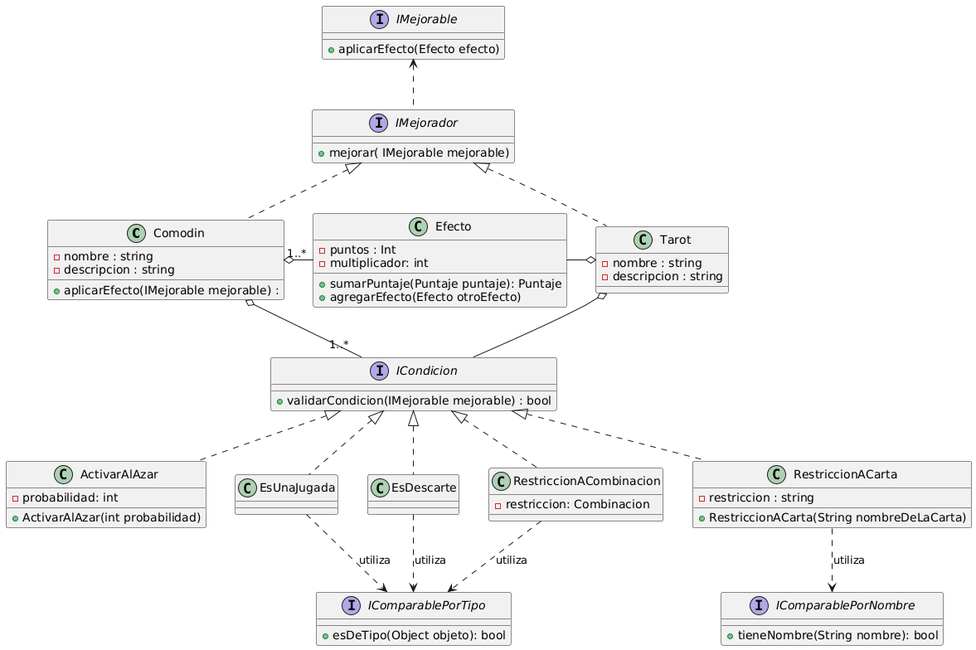
Before: diagrams/classes/DC-IMejoradores.png, a diagram exported from PlantUML (Sotelo27/TP2-Balatro-Grupo-08). Source of this version:
```plantuml
@startuml
class Comodin implements IMejorador{
    - nombre : string
    - descripcion : string
}

Class Tarot implements IMejorador{
    - nombre : string
    - descripcion : string
}

interface IMejorador {
  + mejorar( IMejorable mejorable)
}
class Comodin {
    + aplicarEfecto(IMejorable mejorable) :
}
class Efecto{
    - puntos : Int
    - multiplicador: int
    + sumarPuntaje(Puntaje puntaje): Puntaje
    + agregarEfecto(Efecto otroEfecto)
}

Comodin o-- "1..*" ICondicion
Comodin o- "1..*" Efecto


IMejorable <.. IMejorador
Tarot o-- ICondicion


class ActivarAlAzar implements ICondicion{
    - probabilidad: int
    + ActivarAlAzar(int probabilidad)
}
class EsDescarte implements ICondicion{

}
class EsUnaJugada implements ICondicion{
}

interface ICondicion {
    + validarCondicion(IMejorable mejorable) : bool
}


Efecto -o Tarot

class RestriccionACarta implements ICondicion{
    + RestriccionACarta(String nombreDeLaCarta)
    - restriccion : string
}
class RestriccionACombinacion implements ICondicion{
    - restriccion: Combinacion
}
interface IMejorable{
  + aplicarEfecto(Efecto efecto)
}
interface IComparablePorTipo {
  + esDeTipo(Object objeto): bool
}
interface IComparablePorNombre {
  + tieneNombre(String nombre): bool
}
EsDescarte ..> IComparablePorTipo :utiliza
EsUnaJugada ..> IComparablePorTipo  :utiliza

RestriccionACombinacion ..> IComparablePorTipo  :utiliza
RestriccionACarta ..> IComparablePorNombre :utiliza
@enduml
```
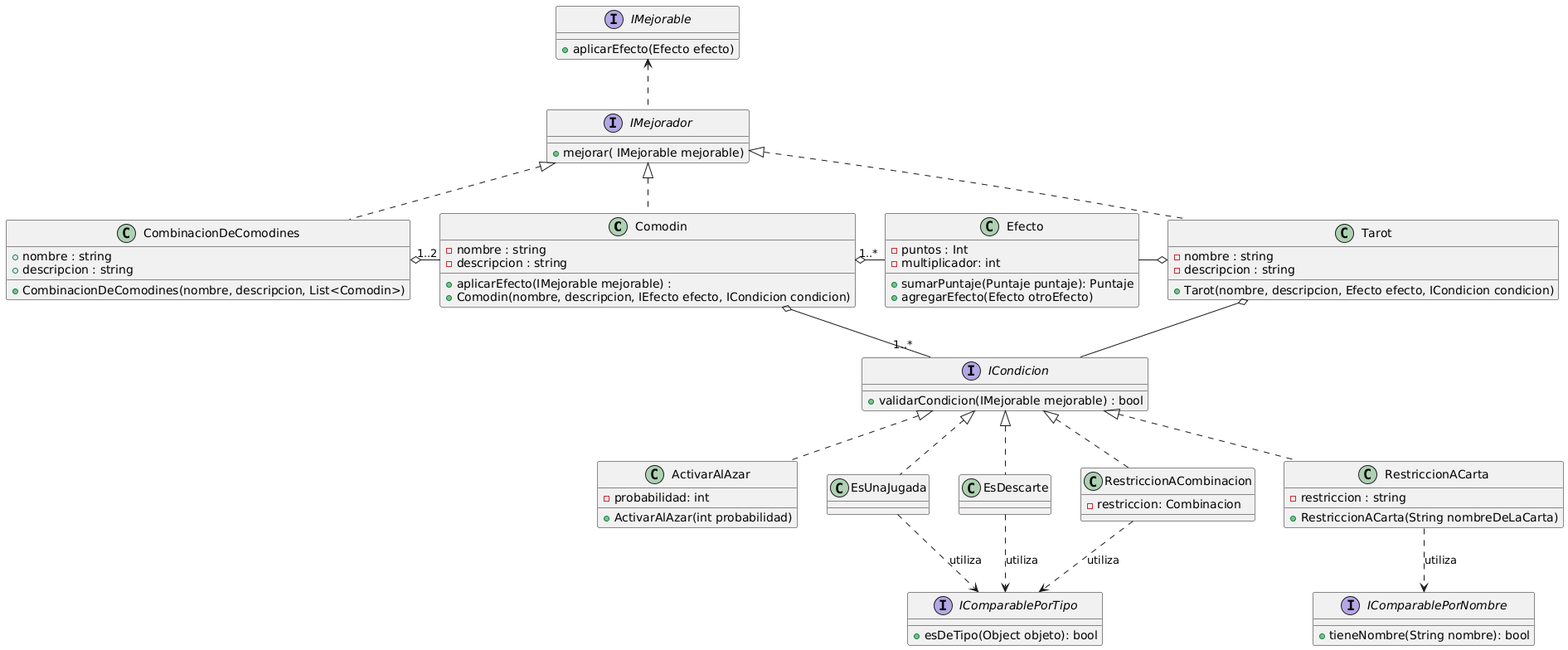
The same file after the commit.

Commit message:
aniadido combinaciondecomodines

What changed in the source:
```diff
@@ -7,6 +7,7 @@
 Class Tarot implements IMejorador{
     - nombre : string
     - descripcion : string
+    + Tarot(nombre, descripcion, Efecto efecto, ICondicion condicion)
 }
 
 interface IMejorador {
@@ -14,6 +15,7 @@
 }
 class Comodin {
     + aplicarEfecto(IMejorable mejorable) :
+    + Comodin(nombre, descripcion, IEfecto efecto, ICondicion condicion)
 }
 class Efecto{
     - puntos : Int
@@ -44,7 +46,12 @@
     + validarCondicion(IMejorable mejorable) : bool
 }
 
-
+class CombinacionDeComodines  implements IMejorador{
+  + nombre : string
+  + descripcion : string
+  + CombinacionDeComodines(nombre, descripcion, List<Comodin>)
+}
+CombinacionDeComodines o- "1..2" Comodin
 Efecto -o Tarot
 
 class RestriccionACarta implements ICondicion{
```
